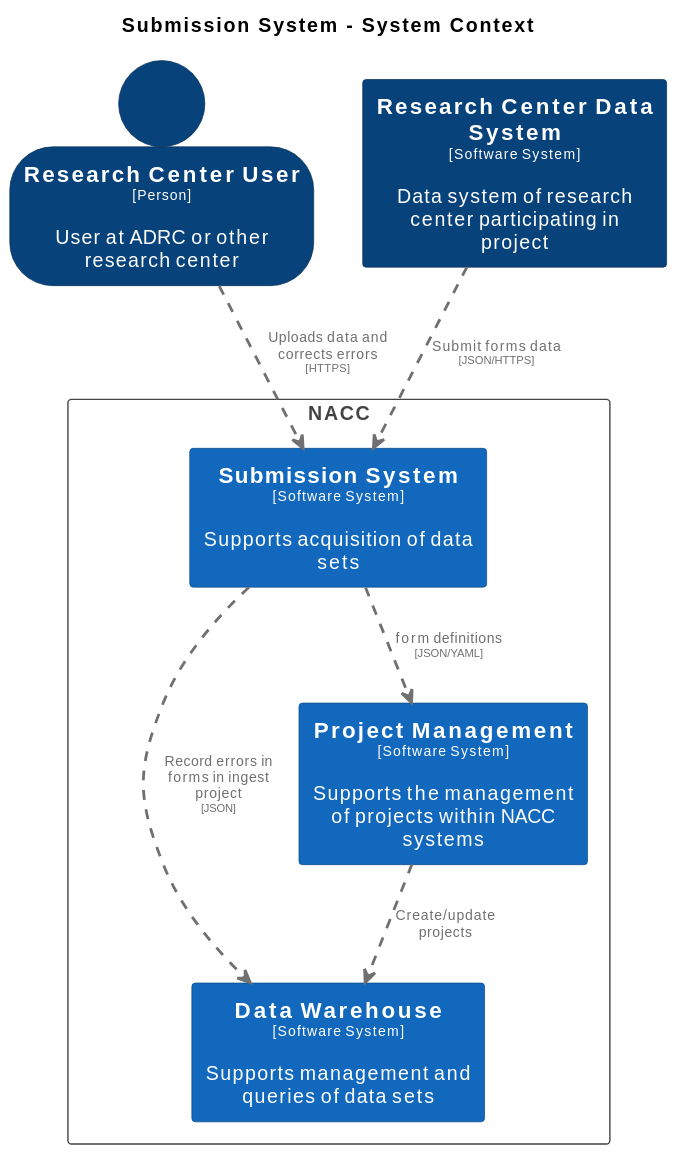
This is docs/images/structurizr-SubmissionContext.svg from naccdata/system-design, a PlantUML export, as it was before one commit.
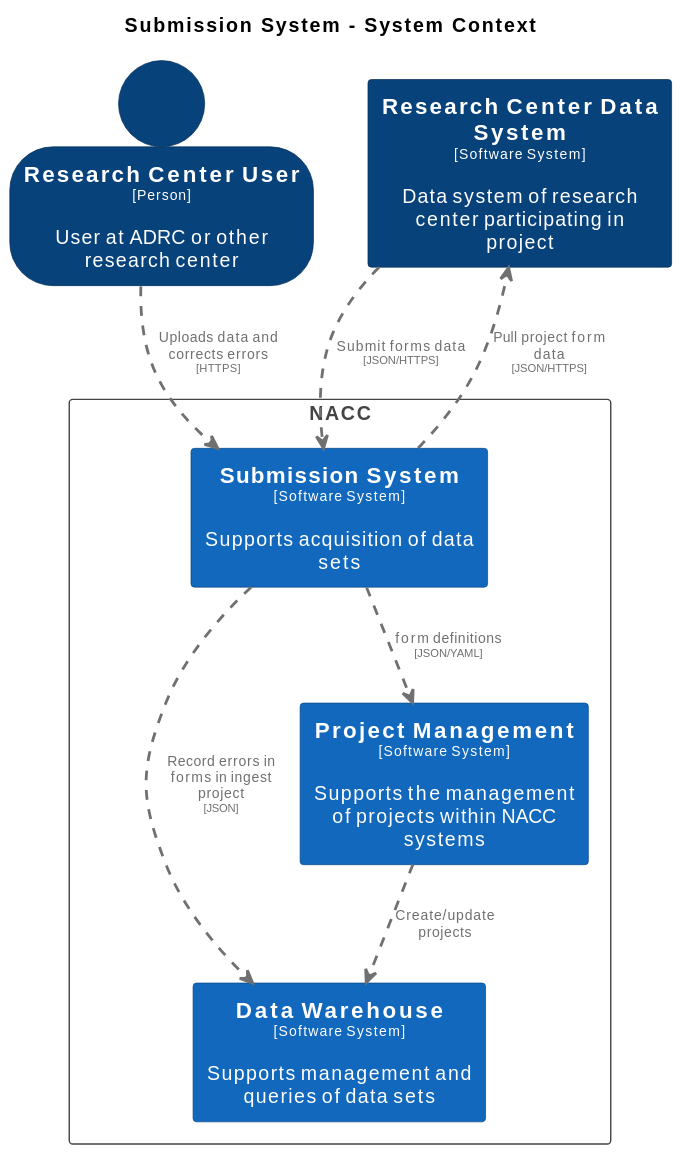
The same file after the commit.

Diff of the diagram source:
```diff
@@ -54,6 +54,7 @@
 
 ResearchCenterUser .[#707070,thickness=2].> SubmissionSystem : "<color:#707070>Uploads data and corrects errors\n<color:#707070><size:8>[HTTPS]</size>"
 ResearchCenterDataSystem .[#707070,thickness=2].> SubmissionSystem : "<color:#707070>Submit forms data\n<color:#707070><size:8>[JSON/HTTPS]</size>"
+SubmissionSystem .[#707070,thickness=2].> ResearchCenterDataSystem : "<color:#707070>Pull project form data\n<color:#707070><size:8>[JSON/HTTPS]</size>"
 ProjectManagement .[#707070,thickness=2].> DataWarehouse : "<color:#707070>Create/update projects"
 SubmissionSystem .[#707070,thickness=2].> DataWarehouse : "<color:#707070>Record errors in forms in ingest project\n<color:#707070><size:8>[JSON]</size>"
 SubmissionSystem .[#707070,thickness=2].> ProjectManagement : "<color:#707070>form definitions\n<color:#707070><size:8>[JSON/YAML]</size>"
```
